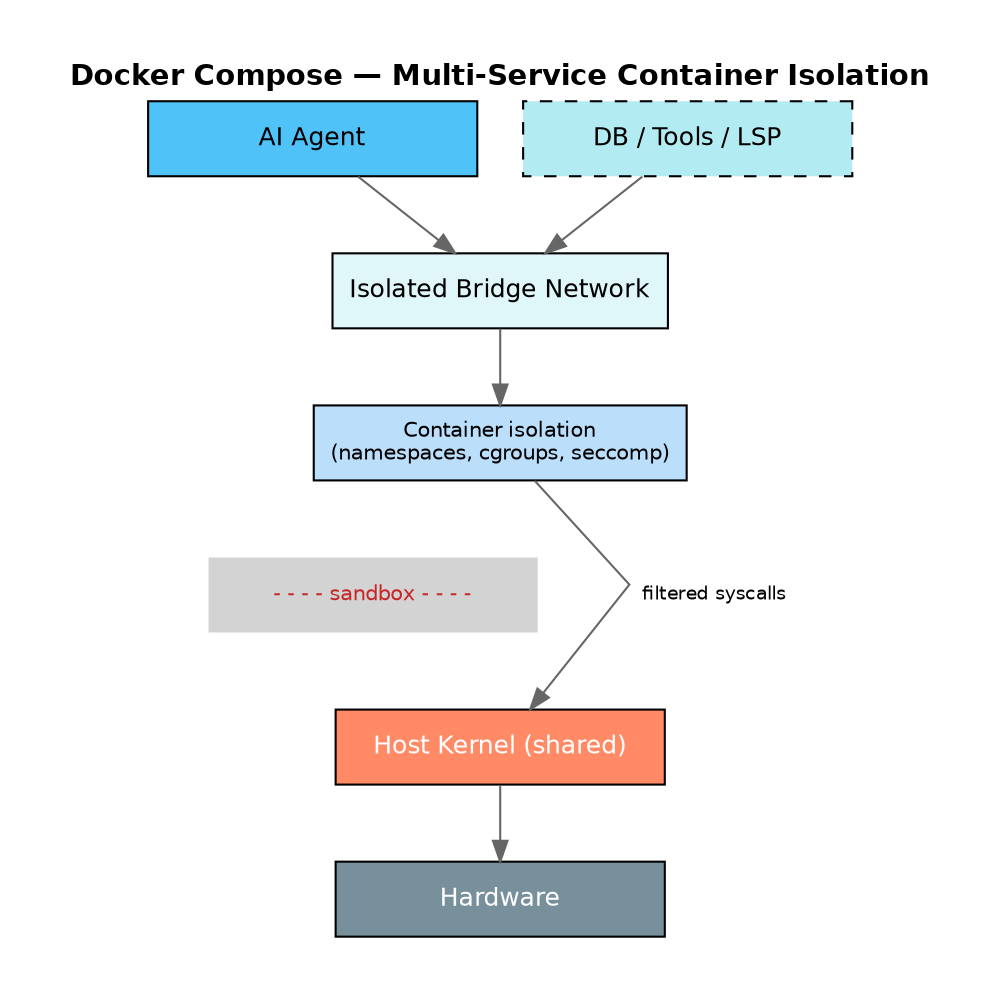
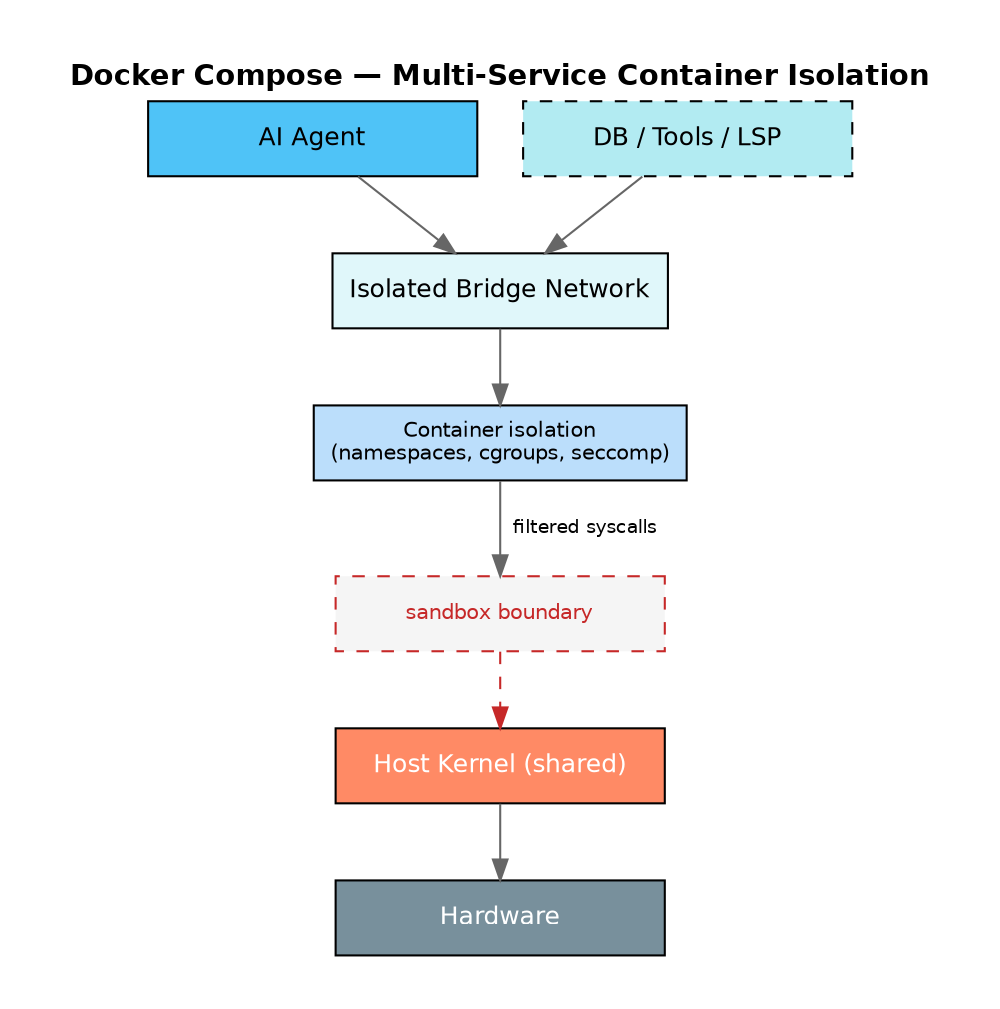
digraph Compose {
  rankdir=TB;
  splines=false;
  nodesep=0.3;
  ranksep=0.5;
  bgcolor="white";
  margin=0.3;

  node [shape=box, style="filled", fontname="Helvetica", fontsize=12, width=2.2, height=0.5];
  edge [fontname="Helvetica", fontsize=9, color="#666666"];

  label="Docker Compose — Multi-Service Container Isolation";
  labelloc=t;
  fontsize=14;
  fontname="Helvetica-Bold";

  subgraph {
    rank=same;
    agent [label="AI Agent", fillcolor="#4FC3F7"];
    services [label="DB / Tools / LSP", fillcolor="#B2EBF2", style="filled,dashed"];
  }

  network [label="Isolated Bridge Network", fillcolor="#E0F7FA"];
  container [label="Container isolation\n(namespaces, cgroups, seccomp)", fillcolor="#BBDEFB", fontsize=10];
- 
-   sb_label [label="- - - - sandbox - - - -", shape=plaintext, fontsize=10, fontcolor="#C62828"];
- 
+   sb [label="sandbox boundary", style="dashed,filled", fillcolor="#F5F5F5", fontcolor="#C62828", fontsize=10, color="#C62828"];
  kernel [label="Host Kernel (shared)", fillcolor="#FF8A65", fontcolor=white];
  hw [label="Hardware", fillcolor="#78909C", fontcolor=white];

  agent -> network;
  services -> network;
  network -> container;
-   container -> sb_label [style=invis];
-   sb_label -> kernel [style=invis];
-   container -> kernel [label="  filtered syscalls"];
+   container -> sb [label="  filtered syscalls"];
+   sb -> kernel [style=dashed, color="#C62828"];
  kernel -> hw;
}
